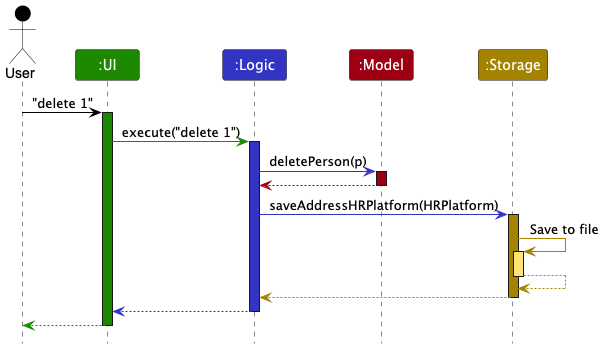
nus-cs2103-AY2425S1/tp keeps this PlantUML diagram as docs/images/ArchitectureSequenceDiagram.png. Above is the earlier version.
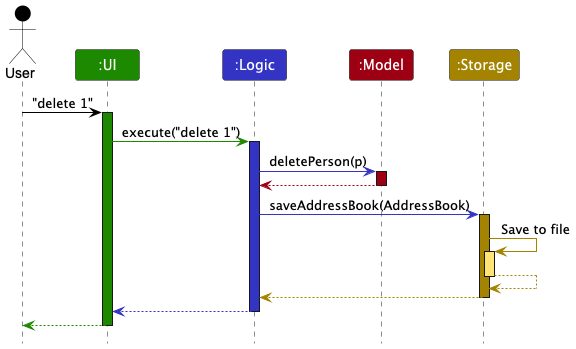
The same file after the commit.

Diff of the diagram source:
```diff
@@ -20,7 +20,7 @@
 model -[MODEL_COLOR]-> logic
 deactivate model
 
-logic -[LOGIC_COLOR]> storage : saveAddressHRPlatform(HRPlatform)
+logic -[LOGIC_COLOR]> storage : saveAddressBook(AddressBook)
 activate storage STORAGE_COLOR
 
 storage -[STORAGE_COLOR]> storage : Save to file
```
